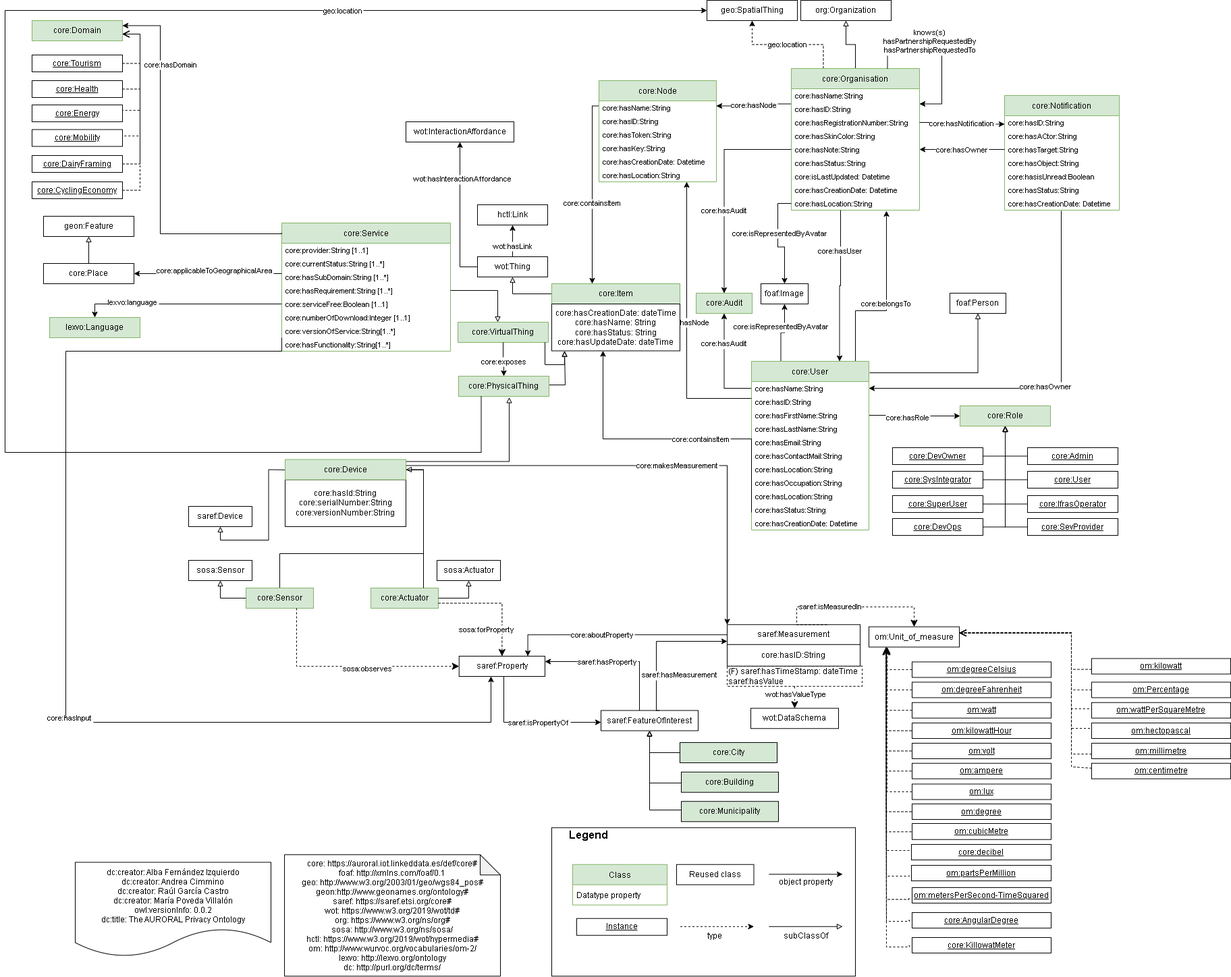
The draw.io diagram diagrams/core.png in oeg-upm/auroral-core-ontology, before a commit. Source tidied: cells renumbered, new cells last; positions are measured from the earlier drawing's top-left corner, leaving out a move shared by most shapes.
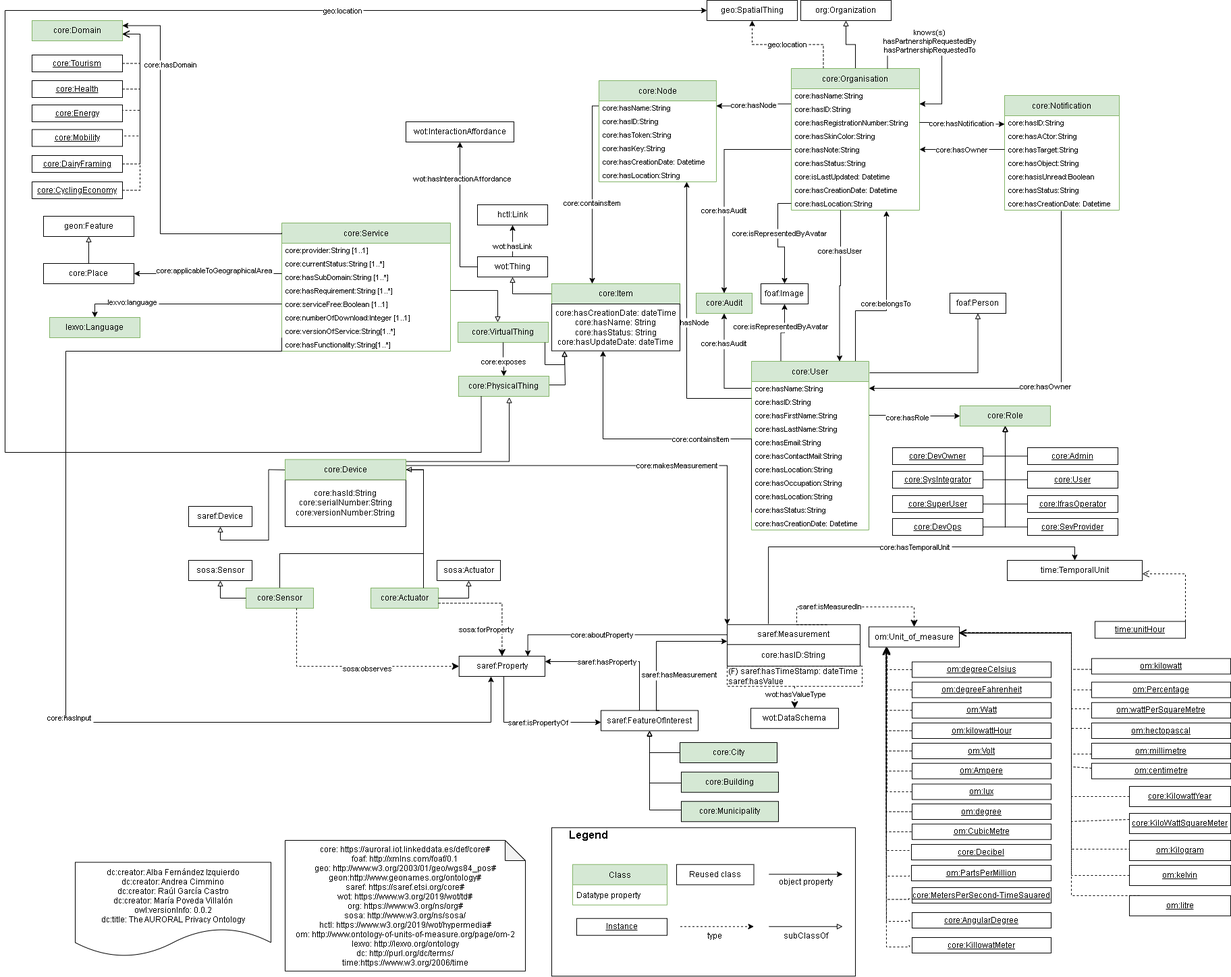
After the change.

What changed in the source:
```diff
@@ -17,8 +17,8 @@
     <mxCell id="4" value="dc:creator: Alba Fernández Izquierdo&#10;dc:creator: Andrea Cimmino&#10;dc:creator: Raúl García Castro&#10;dc:creator: María Poveda Villalón&#10;owl:versionInfo: 0.0.2&#10;dc:title: The AURORAL Privacy Ontology" style="shape=document;boundedLbl=1;" parent="1" vertex="1">
       <mxGeometry x="104" y="1277.5" width="290" height="140" as="geometry" />
     </mxCell>
-    <mxCell id="5" value="core: https://auroral.iot.linkeddata.es/def/core#&#10;foaf: http://xmlns.com/foaf/0.1&#10;geo: http://www.w3.org/2003/01/geo/wgs84_pos#&#10;geon:http://www.geonames.org/ontology#&#10;saref: https://saref.etsi.org/core#&#10;wot: https://www.w3.org/2019/wot/td#&#10;org: https://www.w3.org/ns/org#&#10;sosa: http://www.w3.org/ns/sosa/&#10;hctl: https://www.w3.org/2019/wot/hypermedia#&#10;om: http://www.wurvoc.org/vocabularies/om-2/&#10;lexvo: http://lexvo.org/ontology&#10;dc: http://purl.org/dc/terms/" style="shape=note;backgroundOutline=1;darkOpacity=0.05;" parent="1" vertex="1">
-      <mxGeometry x="414" y="1266.2" width="320" height="180" as="geometry" />
+    <mxCell id="5" value="core: https://auroral.iot.linkeddata.es/def/core#&#10;foaf: http://xmlns.com/foaf/0.1&#10;geo: http://www.w3.org/2003/01/geo/wgs84_pos#&#10;geon:http://www.geonames.org/ontology#&#10;saref: https://saref.etsi.org/core#&#10;wot: https://www.w3.org/2019/wot/td#&#10;org: https://www.w3.org/ns/org#&#10;sosa: http://www.w3.org/ns/sosa/&#10;hctl: https://www.w3.org/2019/wot/hypermedia#&#10;om: http://www.ontology-of-units-of-measure.org/page/om-2&#10;lexvo: http://lexvo.org/ontology&#10;dc: http://purl.org/dc/terms/&#10;time:https://www.w3.org/2006/time" style="shape=note;backgroundOutline=1;darkOpacity=0.05;" parent="1" vertex="1">
+      <mxGeometry x="415" y="1245" width="356" height="193.8" as="geometry" />
     </mxCell>
     <mxCell id="6" style="edgeStyle=orthogonalEdgeStyle;rounded=0;jettySize=auto;html=1;exitX=0.5;exitY=0;exitDx=0;exitDy=0;endArrow=block;endFill=0;" parent="1" edge="1" source="9" target="46">
       <mxGeometry relative="1" as="geometry" />
@@ -489,16 +489,16 @@
     <mxCell id="133" style="endArrow=open;html=1;fontColor=#000099;endFill=0;dashed=1;endSize=8;exitX=0;exitY=0.5;exitDx=0;exitDy=0;edgeStyle=orthogonalEdgeStyle;arcSize=0;entryX=0.2;entryY=1;entryDx=0;entryDy=0;" parent="1" edge="1" source="134" target="119">
       <mxGeometry relative="1" as="geometry" />
     </mxCell>
-    <mxCell id="134" value="&lt;u&gt;om:watt&lt;/u&gt;" style="rounded=0;whiteSpace=wrap;html=1;snapToPoint=1;points=[[0.1,0],[0.2,0],[0.3,0],[0.4,0],[0.5,0],[0.6,0],[0.7,0],[0.8,0],[0.9,0],[0,0.1],[0,0.3],[0,0.5],[0,0.7],[0,0.9],[0.1,1],[0.2,1],[0.3,1],[0.4,1],[0.5,1],[0.6,1],[0.7,1],[0.8,1],[0.9,1],[1,0.1],[1,0.3],[1,0.5],[1,0.7],[1,0.9]];" parent="1" vertex="1">
+    <mxCell id="134" value="&lt;u&gt;om:Watt&lt;/u&gt;" style="rounded=0;whiteSpace=wrap;html=1;snapToPoint=1;points=[[0.1,0],[0.2,0],[0.3,0],[0.4,0],[0.5,0],[0.6,0],[0.7,0],[0.8,0],[0.9,0],[0,0.1],[0,0.3],[0,0.5],[0,0.7],[0,0.9],[0.1,1],[0.2,1],[0.3,1],[0.4,1],[0.5,1],[0.6,1],[0.7,1],[0.8,1],[0.9,1],[1,0.1],[1,0.3],[1,0.5],[1,0.7],[1,0.9]];" parent="1" vertex="1">
       <mxGeometry x="1344" y="1040.8" width="206" height="23" as="geometry" />
     </mxCell>
     <mxCell id="135" value="&lt;u&gt;om:kilowattHour&lt;/u&gt;" style="rounded=0;whiteSpace=wrap;html=1;" parent="1" vertex="1">
       <mxGeometry x="1344" y="1071" width="206" height="23" as="geometry" />
     </mxCell>
-    <mxCell id="136" value="&lt;u&gt;om:volt&lt;/u&gt;" style="rounded=0;whiteSpace=wrap;html=1;" parent="1" vertex="1">
+    <mxCell id="136" value="&lt;u&gt;om:Volt&lt;/u&gt;" style="rounded=0;whiteSpace=wrap;html=1;" parent="1" vertex="1">
       <mxGeometry x="1344" y="1101" width="206" height="23" as="geometry" />
     </mxCell>
-    <mxCell id="137" value="&lt;u&gt;om:ampere&lt;/u&gt;" style="rounded=0;whiteSpace=wrap;html=1;" parent="1" vertex="1">
+    <mxCell id="137" value="&lt;u&gt;om:Ampere&lt;/u&gt;" style="rounded=0;whiteSpace=wrap;html=1;" parent="1" vertex="1">
       <mxGeometry x="1344" y="1130.8" width="206" height="23" as="geometry" />
     </mxCell>
     <mxCell id="138" value="&lt;u&gt;om:lux&lt;/u&gt;" style="rounded=0;whiteSpace=wrap;html=1;snapToPoint=1;points=[[0.1,0],[0.2,0],[0.3,0],[0.4,0],[0.5,0],[0.6,0],[0.7,0],[0.8,0],[0.9,0],[0,0.1],[0,0.3],[0,0.5],[0,0.7],[0,0.9],[0.1,1],[0.2,1],[0.3,1],[0.4,1],[0.5,1],[0.6,1],[0.7,1],[0.8,1],[0.9,1],[1,0.1],[1,0.3],[1,0.5],[1,0.7],[1,0.9]];" parent="1" vertex="1">
@@ -507,8 +507,8 @@
     <mxCell id="139" value="&lt;u&gt;om:degree&lt;/u&gt;" style="rounded=0;whiteSpace=wrap;html=1;" parent="1" vertex="1">
       <mxGeometry x="1344" y="1191" width="206" height="23" as="geometry" />
     </mxCell>
-    <mxCell id="140" value="&lt;u&gt;om:cubicMetre&lt;/u&gt;" style="rounded=0;whiteSpace=wrap;html=1;" parent="1" vertex="1">
-      <mxGeometry x="1344" y="1220" width="206" height="23.8" as="geometry" />
+    <mxCell id="140" value="&lt;u&gt;om:CubicMetre&lt;/u&gt;" style="rounded=0;whiteSpace=wrap;html=1;" parent="1" vertex="1">
+      <mxGeometry x="1344" y="1220.8" width="206" height="23" as="geometry" />
     </mxCell>
     <mxCell id="141" style="endArrow=open;html=1;fontColor=#000099;endFill=0;dashed=1;endSize=8;exitX=0;exitY=0.5;exitDx=0;exitDy=0;edgeStyle=orthogonalEdgeStyle;arcSize=0;entryX=0.2;entryY=1;entryDx=0;entryDy=0;" parent="1" edge="1">
       <mxGeometry relative="1" as="geometry">
@@ -543,7 +543,7 @@
         <mxPoint x="1305.8" y="958.5" as="targetPoint" />
       </mxGeometry>
     </mxCell>
-    <mxCell id="147" value="&lt;u&gt;core:decibel&lt;/u&gt;" style="rounded=0;whiteSpace=wrap;html=1;" parent="1" vertex="1">
+    <mxCell id="147" value="&lt;u&gt;core:Decibel&lt;/u&gt;" style="rounded=0;whiteSpace=wrap;html=1;" parent="1" vertex="1">
       <mxGeometry x="1343" y="1251" width="207" height="23" as="geometry" />
     </mxCell>
     <mxCell id="148" style="endArrow=open;html=1;fontColor=#000099;endFill=0;dashed=1;endSize=8;edgeStyle=orthogonalEdgeStyle;arcSize=0;entryX=0.2;entryY=1;entryDx=0;entryDy=0;" parent="1" edge="1">
@@ -552,7 +552,7 @@
         <mxPoint x="1305.8" y="958" as="targetPoint" />
       </mxGeometry>
     </mxCell>
-    <mxCell id="149" value="&lt;u&gt;om:partsPerMillion&lt;/u&gt;" style="rounded=0;whiteSpace=wrap;html=1;" parent="1" vertex="1">
+    <mxCell id="149" value="&lt;u&gt;om:PartsPerMillion&lt;/u&gt;" style="rounded=0;whiteSpace=wrap;html=1;" parent="1" vertex="1">
       <mxGeometry x="1343" y="1282" width="207" height="23" as="geometry" />
     </mxCell>
     <mxCell id="150" style="endArrow=open;html=1;fontColor=#000099;endFill=0;dashed=1;endSize=8;edgeStyle=orthogonalEdgeStyle;arcSize=0;" parent="1" edge="1">
@@ -565,7 +565,7 @@
         </Array>
       </mxGeometry>
     </mxCell>
-    <mxCell id="151" value="&lt;u&gt;om:metersPerSecond-TimeSquared&lt;/u&gt;" style="rounded=0;whiteSpace=wrap;html=1;" parent="1" vertex="1">
+    <mxCell id="151" value="&lt;u&gt;core:MetersPerSecond-TimeSauared&lt;/u&gt;" style="rounded=0;whiteSpace=wrap;html=1;" parent="1" vertex="1">
       <mxGeometry x="1344" y="1315" width="206" height="23" as="geometry" />
     </mxCell>
     <mxCell id="152" style="endArrow=open;html=1;fontColor=#000099;endFill=0;dashed=1;endSize=8;edgeStyle=orthogonalEdgeStyle;arcSize=0;" parent="1" edge="1">
@@ -930,5 +930,83 @@
         </Array>
       </mxGeometry>
     </mxCell>
+    <mxCell id="223" value="&lt;u&gt;core:KilowattYear&lt;/u&gt;" style="rounded=0;whiteSpace=wrap;html=1;snapToPoint=1;points=[[0.1,0],[0.2,0],[0.3,0],[0.4,0],[0.5,0],[0.6,0],[0.7,0],[0.8,0],[0.9,0],[0,0.1],[0,0.3],[0,0.5],[0,0.7],[0,0.9],[0.1,1],[0.2,1],[0.3,1],[0.4,1],[0.5,1],[0.6,1],[0.7,1],[0.8,1],[0.9,1],[1,0.1],[1,0.3],[1,0.5],[1,0.7],[1,0.9]];" parent="1" vertex="1">
+      <mxGeometry x="1666" y="1165" width="150" height="30" as="geometry" />
+    </mxCell>
+    <mxCell id="224" value="&lt;u&gt;core:KiloWattSquareMeter&lt;/u&gt;" style="rounded=0;whiteSpace=wrap;html=1;snapToPoint=1;points=[[0.1,0],[0.2,0],[0.3,0],[0.4,0],[0.5,0],[0.6,0],[0.7,0],[0.8,0],[0.9,0],[0,0.1],[0,0.3],[0,0.5],[0,0.7],[0,0.9],[0.1,1],[0.2,1],[0.3,1],[0.4,1],[0.5,1],[0.6,1],[0.7,1],[0.8,1],[0.9,1],[1,0.1],[1,0.3],[1,0.5],[1,0.7],[1,0.9]];" parent="1" vertex="1">
+      <mxGeometry x="1666" y="1205" width="150" height="30" as="geometry" />
+    </mxCell>
+    <mxCell id="225" value="&lt;u&gt;om:Kilogram&lt;/u&gt;&lt;span style=&quot;color: rgba(0 , 0 , 0 , 0) ; font-family: monospace ; font-size: 0px&quot;&gt;%3CmxGraphModel%3E%3Croot%3E%3CmxCell%20id%3D%220%22%2F%3E%3CmxCell%20id%3D%221%22%20parent%3D%220%22%2F%3E%3CmxCell%20id%3D%222%22%20value%3D%22%26lt%3Bu%26gt%3Bcore%3AKiloWattSquareMeter%26lt%3B%2Fu%26gt%3B%22%20style%3D%22rounded%3D0%3BwhiteSpace%3Dwrap%3Bhtml%3D1%3BsnapToPoint%3D1%3Bpoints%3D%5B%5B0.1%2C0%5D%2C%5B0.2%2C0%5D%2C%5B0.3%2C0%5D%2C%5B0.4%2C0%5D%2C%5B0.5%2C0%5D%2C%5B0.6%2C0%5D%2C%5B0.7%2C0%5D%2C%5B0.8%2C0%5D%2C%5B0.9%2C0%5D%2C%5B0%2C0.1%5D%2C%5B0%2C0.3%5D%2C%5B0%2C0.5%5D%2C%5B0%2C0.7%5D%2C%5B0%2C0.9%5D%2C%5B0.1%2C1%5D%2C%5B0.2%2C1%5D%2C%5B0.3%2C1%5D%2C%5B0.4%2C1%5D%2C%5B0.5%2C1%5D%2C%5B0.6%2C1%5D%2C%5B0.7%2C1%5D%2C%5B0.8%2C1%5D%2C%5B0.9%2C1%5D%2C%5B1%2C0.1%5D%2C%5B1%2C0.3%5D%2C%5B1%2C0.5%5D%2C%5B1%2C0.7%5D%2C%5B1%2C0.9%5D%5D%3B%22%20vertex%3D%221%22%20parent%3D%221%22%3E%3CmxGeometry%20x%3D%221210%22%20y%3D%22190%22%20width%3D%22150%22%20height%3D%2230%22%20as%3D%22geometry%22%2F%3E%3C%2FmxCell%3E%3C%2Froot%3E%3C%2FmxGraphModel%3E&lt;/span&gt;" style="rounded=0;whiteSpace=wrap;html=1;snapToPoint=1;points=[[0.1,0],[0.2,0],[0.3,0],[0.4,0],[0.5,0],[0.6,0],[0.7,0],[0.8,0],[0.9,0],[0,0.1],[0,0.3],[0,0.5],[0,0.7],[0,0.9],[0.1,1],[0.2,1],[0.3,1],[0.4,1],[0.5,1],[0.6,1],[0.7,1],[0.8,1],[0.9,1],[1,0.1],[1,0.3],[1,0.5],[1,0.7],[1,0.9]];" parent="1" vertex="1">
+      <mxGeometry x="1666" y="1245" width="150" height="30" as="geometry" />
+    </mxCell>
+    <mxCell id="226" style="endArrow=open;html=1;fontColor=#000099;endFill=0;dashed=1;endSize=8;edgeStyle=orthogonalEdgeStyle;arcSize=0;entryX=1;entryY=0.3;entryDx=0;entryDy=0;exitX=0;exitY=0.5;exitDx=0;exitDy=0;" parent="1" edge="1" source="223" target="119">
+      <mxGeometry relative="1" as="geometry">
+        <Array as="points">
+          <mxPoint x="1580" y="1180" />
+          <mxPoint x="1580" y="938" />
+        </Array>
+      </mxGeometry>
+    </mxCell>
+    <mxCell id="227" style="endArrow=open;html=1;fontColor=#000099;endFill=0;dashed=1;endSize=8;edgeStyle=orthogonalEdgeStyle;arcSize=0;" parent="1" edge="1" source="224" target="119">
+      <mxGeometry relative="1" as="geometry">
+        <Array as="points">
+          <mxPoint x="1580" y="1217" />
+          <mxPoint x="1580" y="937" />
+        </Array>
+      </mxGeometry>
+    </mxCell>
+    <mxCell id="228" style="endArrow=open;html=1;fontColor=#000099;endFill=0;dashed=1;endSize=8;edgeStyle=orthogonalEdgeStyle;arcSize=0;entryX=1;entryY=0.3;entryDx=0;entryDy=0;exitX=0;exitY=0.5;exitDx=0;exitDy=0;" parent="1" edge="1" source="225" target="119">
+      <mxGeometry relative="1" as="geometry">
+        <Array as="points">
+          <mxPoint x="1666" y="1258" />
+          <mxPoint x="1580" y="1258" />
+          <mxPoint x="1580" y="938" />
+          <mxPoint x="1449" y="938" />
+        </Array>
+      </mxGeometry>
+    </mxCell>
+    <mxCell id="229" value="&lt;u&gt;om:kelvin&lt;/u&gt;" style="rounded=0;whiteSpace=wrap;html=1;snapToPoint=1;points=[[0.1,0],[0.2,0],[0.3,0],[0.4,0],[0.5,0],[0.6,0],[0.7,0],[0.8,0],[0.9,0],[0,0.1],[0,0.3],[0,0.5],[0,0.7],[0,0.9],[0.1,1],[0.2,1],[0.3,1],[0.4,1],[0.5,1],[0.6,1],[0.7,1],[0.8,1],[0.9,1],[1,0.1],[1,0.3],[1,0.5],[1,0.7],[1,0.9]];" parent="1" vertex="1">
+      <mxGeometry x="1666" y="1282" width="150" height="30" as="geometry" />
+    </mxCell>
+    <mxCell id="230" style="endArrow=open;html=1;fontColor=#000099;endFill=0;dashed=1;endSize=8;edgeStyle=orthogonalEdgeStyle;arcSize=0;exitX=0;exitY=0.5;exitDx=0;exitDy=0;" parent="1" edge="1" source="229" target="119">
+      <mxGeometry relative="1" as="geometry">
+        <Array as="points">
+          <mxPoint x="1580" y="1297" />
+          <mxPoint x="1580" y="938" />
+        </Array>
+      </mxGeometry>
+    </mxCell>
+    <mxCell id="231" value="time:TemporalUnit" style="rounded=0;whiteSpace=wrap;html=1;" parent="1" vertex="1">
+      <mxGeometry x="1485" y="830" width="200" height="30" as="geometry" />
+    </mxCell>
+    <mxCell id="232" value="&lt;u&gt;time:unitHour&lt;/u&gt;" style="rounded=0;whiteSpace=wrap;html=1;" parent="1" vertex="1">
+      <mxGeometry x="1615" y="920.5" width="134" height="25" as="geometry" />
+    </mxCell>
+    <mxCell id="233" style="endArrow=open;html=1;fontColor=#000099;endFill=0;dashed=1;endSize=8;edgeStyle=orthogonalEdgeStyle;arcSize=0;" parent="1" edge="1" source="232" target="231">
+      <mxGeometry relative="1" as="geometry">
+        <Array as="points">
+          <mxPoint x="1749" y="850" />
+        </Array>
+      </mxGeometry>
+    </mxCell>
+    <mxCell id="234" value="core:hasTemporalUnit" style="edgeStyle=orthogonalEdgeStyle;rounded=0;jettySize=auto;fontSize=11;endArrow=classic;endFill=1;exitX=0.31;exitY=-0.042;exitDx=0;exitDy=0;exitPerimeter=0;" parent="1" edge="1" source="120" target="231">
+      <mxGeometry x="0.13" relative="1" as="geometry">
+        <Array as="points">
+          <mxPoint x="1131" y="810" />
+          <mxPoint x="1585" y="810" />
+        </Array>
+      </mxGeometry>
+    </mxCell>
+    <mxCell id="235" value="&lt;u&gt;om:litre&lt;/u&gt;" style="rounded=0;whiteSpace=wrap;html=1;snapToPoint=1;points=[[0.1,0],[0.2,0],[0.3,0],[0.4,0],[0.5,0],[0.6,0],[0.7,0],[0.8,0],[0.9,0],[0,0.1],[0,0.3],[0,0.5],[0,0.7],[0,0.9],[0.1,1],[0.2,1],[0.3,1],[0.4,1],[0.5,1],[0.6,1],[0.7,1],[0.8,1],[0.9,1],[1,0.1],[1,0.3],[1,0.5],[1,0.7],[1,0.9]];" parent="1" vertex="1">
+      <mxGeometry x="1666" y="1326.9" width="150" height="30" as="geometry" />
+    </mxCell>
+    <mxCell id="236" style="endArrow=open;html=1;fontColor=#000099;endFill=0;dashed=1;endSize=8;edgeStyle=orthogonalEdgeStyle;arcSize=0;exitX=0.1;exitY=0;exitDx=0;exitDy=0;" parent="1" edge="1" source="235" target="119">
+      <mxGeometry relative="1" as="geometry">
+        <Array as="points">
+          <mxPoint x="1580" y="1327" />
+          <mxPoint x="1580" y="938" />
+        </Array>
+      </mxGeometry>
+    </mxCell>
   </root>
 </mxGraphModel>
```
